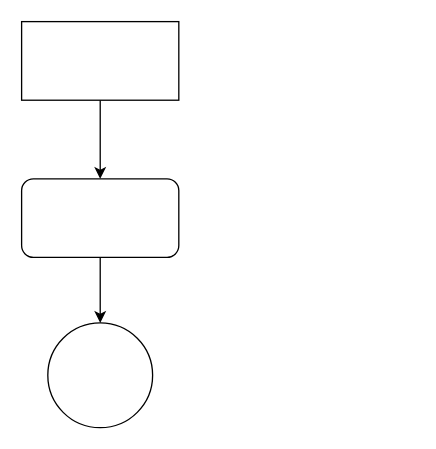
Before: TestGithub.drawio in lombaardj/draw.io, a draw.io diagram. Source tidied: cells renumbered, new cells numbered last; positions are measured from the earlier drawing's top-left corner, leaving out a move shared by most shapes. Both pictures are drawn from the tidied source at 131%, with x=0, y=0 at pixel (21, 21).
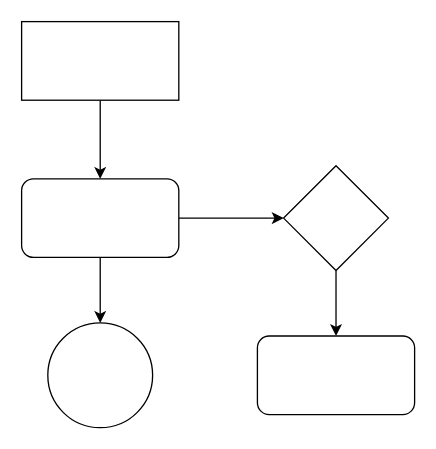
After the change.

Diff of the diagram source:
```diff
@@
 <mxGraphModel>
   <root>
     <mxCell id="0" />
     <mxCell id="1" parent="0" />
     <mxCell id="2" style="edgeStyle=orthogonalEdgeStyle;rounded=0;jettySize=auto;html=1;" parent="1" edge="1" source="3" target="5">
       <mxGeometry relative="1" as="geometry" />
     </mxCell>
     <mxCell id="3" style="rounded=0;whiteSpace=wrap;html=1;" parent="1" vertex="1">
       <mxGeometry width="120" height="60" as="geometry" />
     </mxCell>
     <mxCell id="4" style="edgeStyle=orthogonalEdgeStyle;rounded=0;jettySize=auto;html=1;" parent="1" edge="1" source="5" target="6">
       <mxGeometry relative="1" as="geometry" />
     </mxCell>
+    <mxCell id="7" style="edgeStyle=orthogonalEdgeStyle;rounded=0;jettySize=auto;html=1;" parent="1" edge="1" source="5" target="9">
+      <mxGeometry relative="1" as="geometry" />
+    </mxCell>
     <mxCell id="5" style="rounded=1;whiteSpace=wrap;html=1;" parent="1" vertex="1">
       <mxGeometry y="120" width="120" height="60" as="geometry" />
     </mxCell>
     <mxCell id="6" style="ellipse;whiteSpace=wrap;html=1;" parent="1" vertex="1">
       <mxGeometry x="20" y="230" width="80" height="80" as="geometry" />
     </mxCell>
+    <mxCell id="8" style="edgeStyle=orthogonalEdgeStyle;rounded=0;jettySize=auto;html=1;" parent="1" edge="1" source="9" target="10">
+      <mxGeometry relative="1" as="geometry" />
+    </mxCell>
+    <mxCell id="9" style="rhombus;whiteSpace=wrap;html=1;" parent="1" vertex="1">
+      <mxGeometry x="200" y="110" width="80" height="80" as="geometry" />
+    </mxCell>
+    <mxCell id="10" style="rounded=1;whiteSpace=wrap;html=1;" parent="1" vertex="1">
+      <mxGeometry x="180" y="240" width="120" height="60" as="geometry" />
+    </mxCell>
   </root>
 </mxGraphModel>
```
